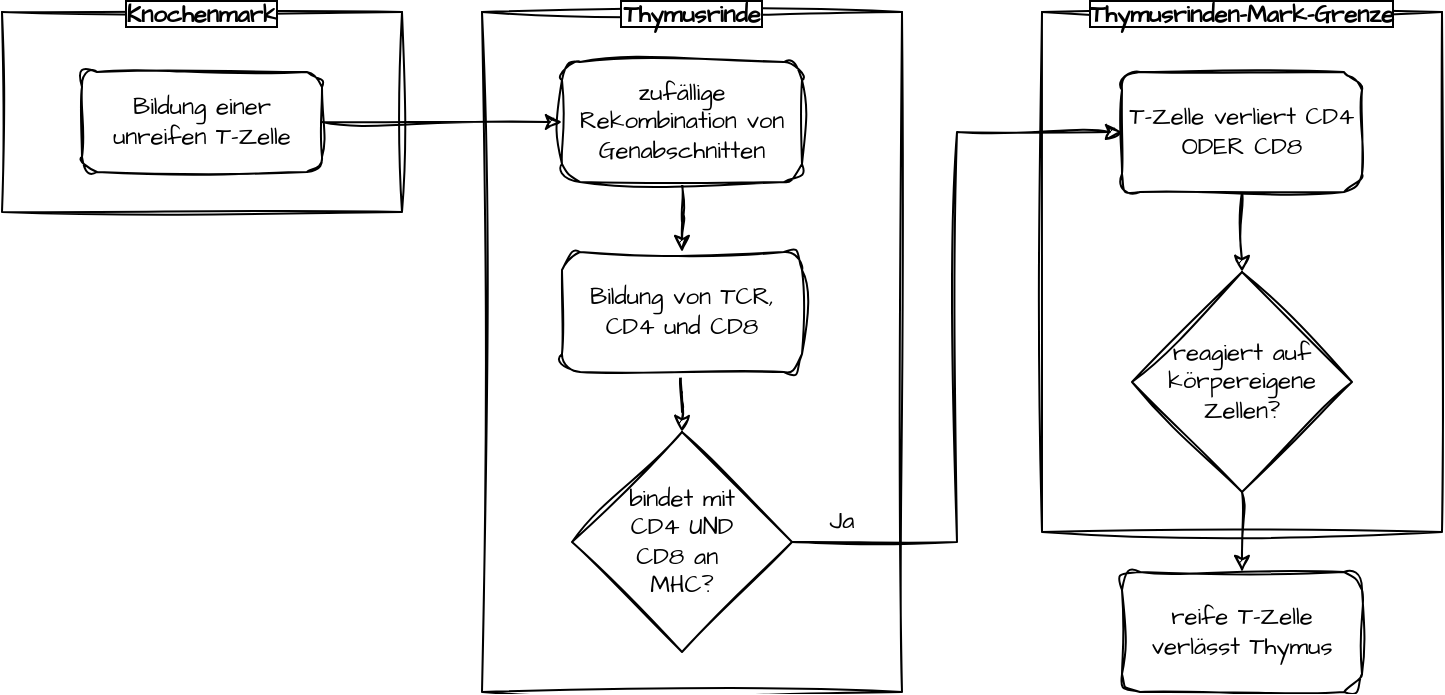
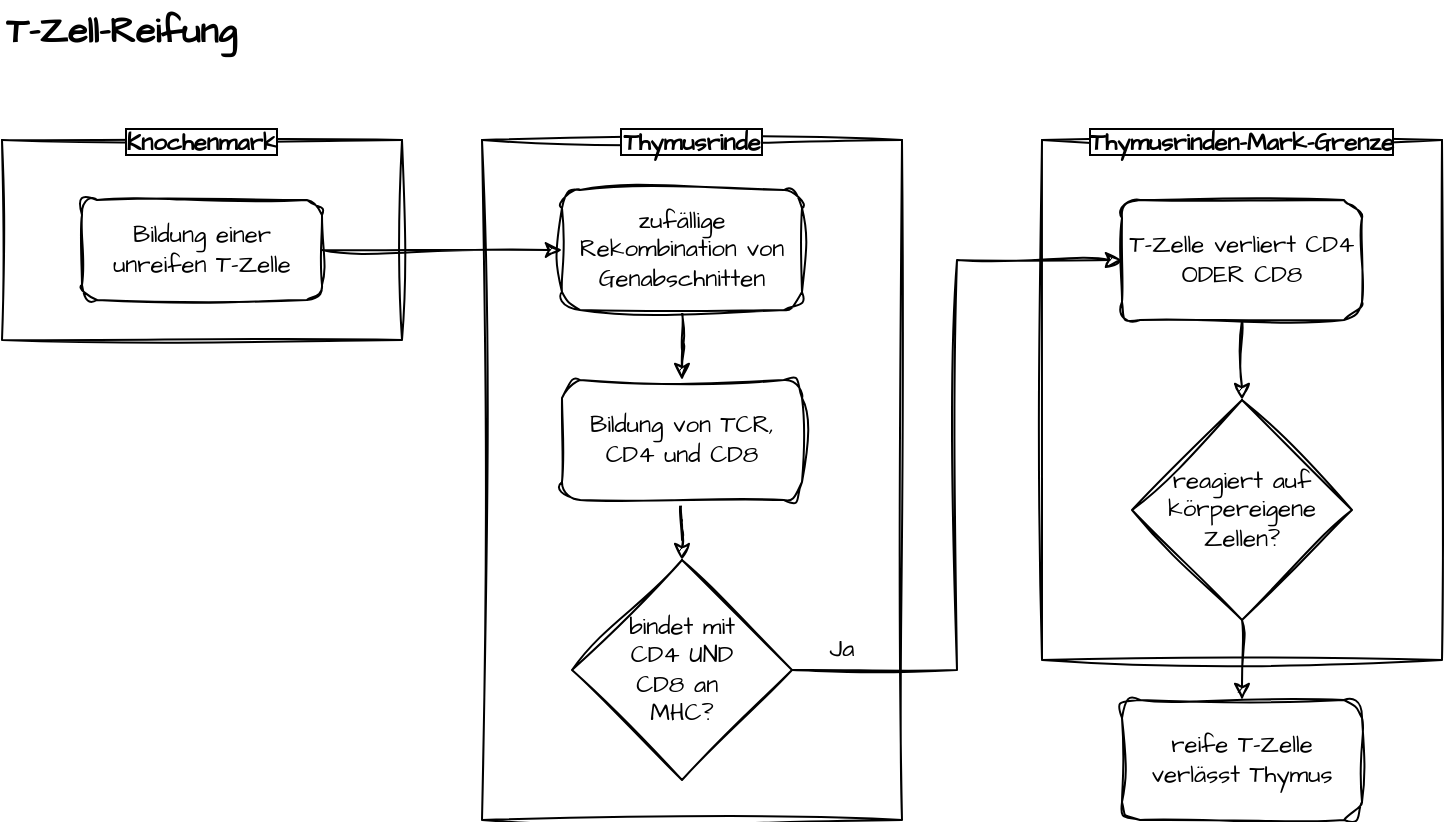
<mxfile host="app.diagrams.net">
  <diagram id="C5RBs43oDa-KdzZeNtuy" name="Page-1">
    <mxGraphModel dx="1014" dy="629" grid="1" gridSize="10" guides="1" tooltips="1" connect="1" arrows="1" fold="1" page="1" pageScale="1" pageWidth="827" pageHeight="1169" math="0" shadow="0">
      <root>
        <mxCell id="WIyWlLk6GJQsqaUBKTNV-0" />
        <mxCell id="WIyWlLk6GJQsqaUBKTNV-1" parent="WIyWlLk6GJQsqaUBKTNV-0" />
        <mxCell id="0y22p1n6dgOg2PWJ4gCL-2" parent="WIyWlLk6GJQsqaUBKTNV-1" style="swimlane;startSize=0;sketch=1;hachureGap=4;jiggle=2;curveFitting=1;fontFamily=Architects Daughter;fontSource=https%3A%2F%2Ffonts.googleapis.com%2Fcss%3Ffamily%3DArchitects%2BDaughter;labelBackgroundColor=#FFFFFF;labelBorderColor=default;" value="Thymusrinde" vertex="1">
          <mxGeometry height="340" width="210" x="280" y="90" as="geometry">
            <mxRectangle height="40" width="50" x="270" y="170" as="alternateBounds" />
          </mxGeometry>
        </mxCell>
        <mxCell id="0y22p1n6dgOg2PWJ4gCL-10" edge="1" parent="0y22p1n6dgOg2PWJ4gCL-2" source="0y22p1n6dgOg2PWJ4gCL-1" style="edgeStyle=orthogonalEdgeStyle;rounded=0;sketch=1;hachureGap=4;jiggle=2;curveFitting=1;orthogonalLoop=1;jettySize=auto;html=1;entryX=0.5;entryY=0;entryDx=0;entryDy=0;fontFamily=Architects Daughter;fontSource=https%3A%2F%2Ffonts.googleapis.com%2Fcss%3Ffamily%3DArchitects%2BDaughter;" target="0y22p1n6dgOg2PWJ4gCL-9">
          <mxGeometry relative="1" as="geometry" />
        </mxCell>
        <mxCell id="0y22p1n6dgOg2PWJ4gCL-1" parent="0y22p1n6dgOg2PWJ4gCL-2" style="rounded=1;whiteSpace=wrap;html=1;sketch=1;hachureGap=4;jiggle=2;curveFitting=1;fontFamily=Architects Daughter;fontSource=https%3A%2F%2Ffonts.googleapis.com%2Fcss%3Ffamily%3DArchitects%2BDaughter;" value="&lt;div&gt;zufällige Rekombination von Genabschnitten&lt;/div&gt;" vertex="1">
          <mxGeometry height="60" width="120" x="40" y="25" as="geometry" />
        </mxCell>
        <mxCell id="0y22p1n6dgOg2PWJ4gCL-14" edge="1" parent="0y22p1n6dgOg2PWJ4gCL-2" source="0y22p1n6dgOg2PWJ4gCL-9" style="edgeStyle=orthogonalEdgeStyle;rounded=0;sketch=1;hachureGap=4;jiggle=2;curveFitting=1;orthogonalLoop=1;jettySize=auto;html=1;entryX=0.5;entryY=0;entryDx=0;entryDy=0;fontFamily=Architects Daughter;fontSource=https%3A%2F%2Ffonts.googleapis.com%2Fcss%3Ffamily%3DArchitects%2BDaughter;" target="0y22p1n6dgOg2PWJ4gCL-13">
          <mxGeometry relative="1" as="geometry" />
        </mxCell>
        <mxCell id="0y22p1n6dgOg2PWJ4gCL-9" parent="0y22p1n6dgOg2PWJ4gCL-2" style="rounded=1;whiteSpace=wrap;html=1;sketch=1;hachureGap=4;jiggle=2;curveFitting=1;fontFamily=Architects Daughter;fontSource=https://fonts.googleapis.com/css?family=Architects+Daughter;" value="Bildung von TCR, CD4 und CD8" vertex="1">
          <mxGeometry height="60" width="120" x="40" y="120" as="geometry" />
        </mxCell>
        <mxCell id="0y22p1n6dgOg2PWJ4gCL-13" parent="0y22p1n6dgOg2PWJ4gCL-2" style="rhombus;whiteSpace=wrap;html=1;sketch=1;hachureGap=4;jiggle=2;curveFitting=1;fontFamily=Architects Daughter;fontSource=https%3A%2F%2Ffonts.googleapis.com%2Fcss%3Ffamily%3DArchitects%2BDaughter;" value="bindet mit&lt;br&gt;CD4 UND&lt;br&gt;CD8 an&amp;nbsp;&lt;br&gt;MHC?" vertex="1">
          <mxGeometry height="110" width="110" x="45" y="210" as="geometry" />
        </mxCell>
        <mxCell id="0y22p1n6dgOg2PWJ4gCL-24" parent="0y22p1n6dgOg2PWJ4gCL-2" style="text;html=1;whiteSpace=wrap;strokeColor=none;fillColor=none;align=center;verticalAlign=middle;rounded=0;fontFamily=Architects Daughter;fontSource=https%3A%2F%2Ffonts.googleapis.com%2Fcss%3Ffamily%3DArchitects%2BDaughter;" value="Ja" vertex="1">
          <mxGeometry height="30" width="60" x="150" y="240" as="geometry" />
        </mxCell>
        <mxCell id="0y22p1n6dgOg2PWJ4gCL-4" parent="WIyWlLk6GJQsqaUBKTNV-1" style="swimlane;startSize=0;sketch=1;hachureGap=4;jiggle=2;curveFitting=1;fontFamily=Architects Daughter;fontSource=https://fonts.googleapis.com/css?family=Architects+Daughter;labelBackgroundColor=#FFFFFF;labelBorderColor=default;" value="Knochenmark" vertex="1">
          <mxGeometry height="100" width="200" x="40" y="90" as="geometry">
            <mxRectangle height="40" width="50" x="270" y="170" as="alternateBounds" />
          </mxGeometry>
        </mxCell>
        <mxCell id="0y22p1n6dgOg2PWJ4gCL-5" parent="0y22p1n6dgOg2PWJ4gCL-4" style="rounded=1;whiteSpace=wrap;html=1;sketch=1;hachureGap=4;jiggle=2;curveFitting=1;fontFamily=Architects Daughter;fontSource=https://fonts.googleapis.com/css?family=Architects+Daughter;" value="Bildung einer unreifen T-Zelle" vertex="1">
          <mxGeometry height="50" width="120" x="40" y="30" as="geometry" />
        </mxCell>
        <mxCell id="0y22p1n6dgOg2PWJ4gCL-15" parent="WIyWlLk6GJQsqaUBKTNV-1" style="swimlane;startSize=0;sketch=1;hachureGap=4;jiggle=2;curveFitting=1;fontFamily=Architects Daughter;fontSource=https://fonts.googleapis.com/css?family=Architects+Daughter;labelBackgroundColor=#FFFFFF;labelBorderColor=default;" value="Thymusrinden-Mark-Grenze" vertex="1">
          <mxGeometry height="260" width="200" x="560" y="90" as="geometry">
            <mxRectangle height="40" width="50" x="270" y="170" as="alternateBounds" />
          </mxGeometry>
        </mxCell>
        <mxCell id="0y22p1n6dgOg2PWJ4gCL-23" edge="1" parent="0y22p1n6dgOg2PWJ4gCL-15" source="0y22p1n6dgOg2PWJ4gCL-17" style="edgeStyle=orthogonalEdgeStyle;rounded=0;sketch=1;hachureGap=4;jiggle=2;curveFitting=1;orthogonalLoop=1;jettySize=auto;html=1;fontFamily=Architects Daughter;fontSource=https%3A%2F%2Ffonts.googleapis.com%2Fcss%3Ffamily%3DArchitects%2BDaughter;" target="0y22p1n6dgOg2PWJ4gCL-20">
          <mxGeometry relative="1" as="geometry" />
        </mxCell>
        <mxCell id="0y22p1n6dgOg2PWJ4gCL-17" parent="0y22p1n6dgOg2PWJ4gCL-15" style="rounded=1;whiteSpace=wrap;html=1;sketch=1;hachureGap=4;jiggle=2;curveFitting=1;fontFamily=Architects Daughter;fontSource=https://fonts.googleapis.com/css?family=Architects+Daughter;" value="T-Zelle verliert CD4 ODER CD8" vertex="1">
          <mxGeometry height="60" width="120" x="40" y="30" as="geometry" />
        </mxCell>
        <mxCell id="0y22p1n6dgOg2PWJ4gCL-20" parent="0y22p1n6dgOg2PWJ4gCL-15" style="rhombus;whiteSpace=wrap;html=1;sketch=1;hachureGap=4;jiggle=2;curveFitting=1;fontFamily=Architects Daughter;fontSource=https://fonts.googleapis.com/css?family=Architects+Daughter;" value="reagiert auf körpereigene&lt;br&gt;Zellen?" vertex="1">
          <mxGeometry height="110" width="110" x="45" y="130" as="geometry" />
        </mxCell>
        <mxCell id="0y22p1n6dgOg2PWJ4gCL-21" edge="1" parent="WIyWlLk6GJQsqaUBKTNV-1" source="0y22p1n6dgOg2PWJ4gCL-5" style="edgeStyle=orthogonalEdgeStyle;rounded=0;sketch=1;hachureGap=4;jiggle=2;curveFitting=1;orthogonalLoop=1;jettySize=auto;html=1;entryX=0;entryY=0.5;entryDx=0;entryDy=0;fontFamily=Architects Daughter;fontSource=https%3A%2F%2Ffonts.googleapis.com%2Fcss%3Ffamily%3DArchitects%2BDaughter;" target="0y22p1n6dgOg2PWJ4gCL-1">
          <mxGeometry relative="1" as="geometry" />
        </mxCell>
        <mxCell id="0y22p1n6dgOg2PWJ4gCL-22" edge="1" parent="WIyWlLk6GJQsqaUBKTNV-1" source="0y22p1n6dgOg2PWJ4gCL-13" style="edgeStyle=orthogonalEdgeStyle;rounded=0;sketch=1;hachureGap=4;jiggle=2;curveFitting=1;orthogonalLoop=1;jettySize=auto;html=1;entryX=0;entryY=0.5;entryDx=0;entryDy=0;fontFamily=Architects Daughter;fontSource=https%3A%2F%2Ffonts.googleapis.com%2Fcss%3Ffamily%3DArchitects%2BDaughter;" target="0y22p1n6dgOg2PWJ4gCL-17">
          <mxGeometry relative="1" as="geometry" />
        </mxCell>
        <mxCell id="0y22p1n6dgOg2PWJ4gCL-25" parent="WIyWlLk6GJQsqaUBKTNV-1" style="rounded=1;whiteSpace=wrap;html=1;sketch=1;hachureGap=4;jiggle=2;curveFitting=1;fontFamily=Architects Daughter;fontSource=https%3A%2F%2Ffonts.googleapis.com%2Fcss%3Ffamily%3DArchitects%2BDaughter;" value="reife T-Zelle verlässt Thymus" vertex="1">
          <mxGeometry height="60" width="120" x="600" y="370" as="geometry" />
        </mxCell>
        <mxCell id="0y22p1n6dgOg2PWJ4gCL-26" edge="1" parent="WIyWlLk6GJQsqaUBKTNV-1" source="0y22p1n6dgOg2PWJ4gCL-20" style="edgeStyle=orthogonalEdgeStyle;rounded=0;sketch=1;hachureGap=4;jiggle=2;curveFitting=1;orthogonalLoop=1;jettySize=auto;html=1;exitX=0.5;exitY=1;exitDx=0;exitDy=0;entryX=0.5;entryY=0;entryDx=0;entryDy=0;fontFamily=Architects Daughter;fontSource=https%3A%2F%2Ffonts.googleapis.com%2Fcss%3Ffamily%3DArchitects%2BDaughter;" target="0y22p1n6dgOg2PWJ4gCL-25">
          <mxGeometry relative="1" as="geometry" />
        </mxCell>
+         <mxCell id="0y22p1n6dgOg2PWJ4gCL-27" parent="WIyWlLk6GJQsqaUBKTNV-1" style="text;html=1;whiteSpace=wrap;strokeColor=none;fillColor=none;align=left;verticalAlign=middle;rounded=0;fontFamily=Architects Daughter;fontSource=https%3A%2F%2Ffonts.googleapis.com%2Fcss%3Ffamily%3DArchitects%2BDaughter;fontStyle=1;fontSize=18;" value="T-Zell-Reifung" vertex="1">
+           <mxGeometry height="30" width="140" x="40" y="20" as="geometry" />
+         </mxCell>
      </root>
    </mxGraphModel>
  </diagram>
</mxfile>
